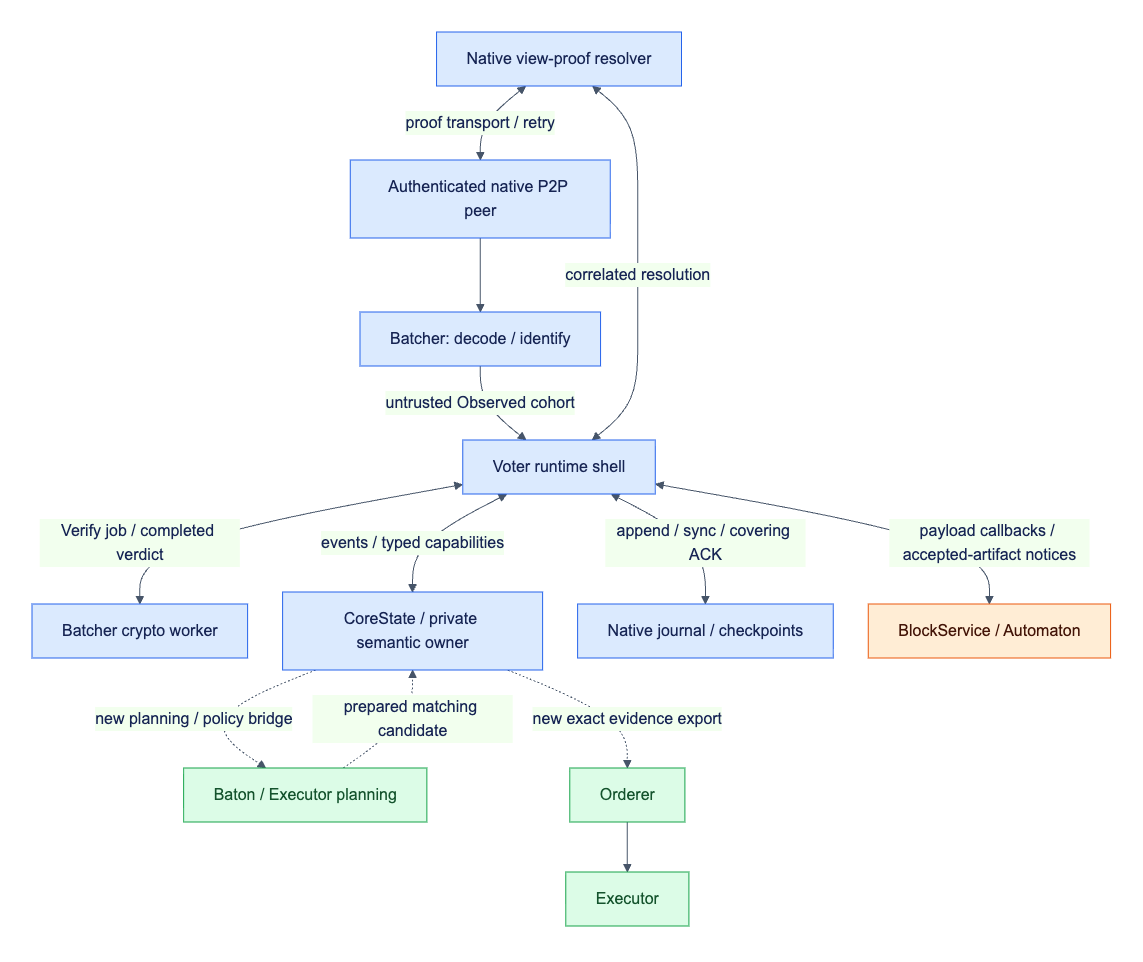
The Mermaid diagram docs/assets/diagrams/diagram-16.png in djm07073/baton-research, before a commit. Its source is kept beside it as docs/assets/diagrams/diagram-16.mmd.
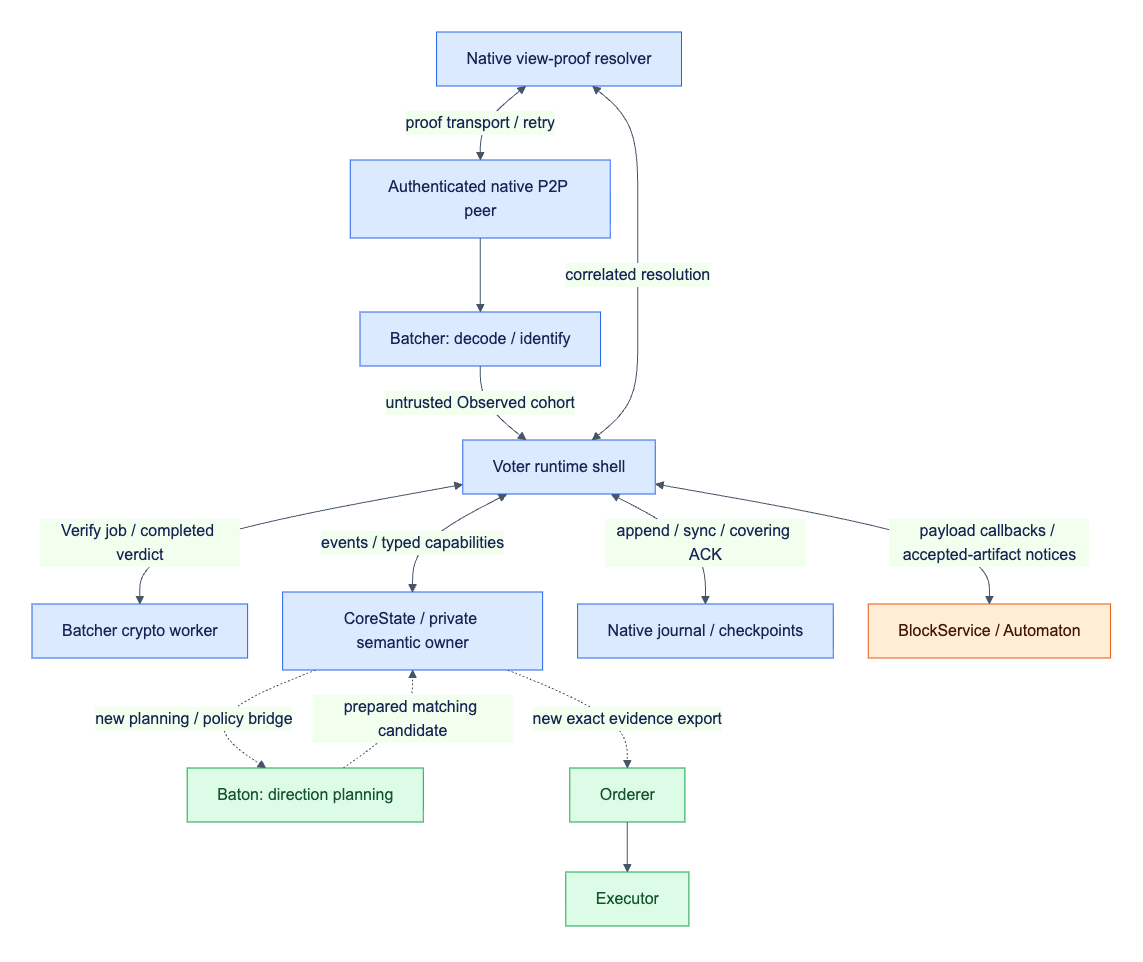
The same diagram one commit later.

Diff of the diagram source:
```diff
@@ -7,7 +7,7 @@
     V <-->|events / typed capabilities| C[CoreState / private semantic owner]
     V <-->|append / sync / covering ACK| J[Native journal / checkpoints]
     V <-->|payload callbacks / accepted-artifact notices| A[BlockService / Automaton]
-    C -. new planning / policy bridge .-> P[Baton / Executor planning]
+    C -. new planning / policy bridge .-> P[Baton: direction planning]
     P -. prepared matching candidate .-> C
     C -. new exact evidence export .-> D[Orderer]
     D --> E[Executor]
```
